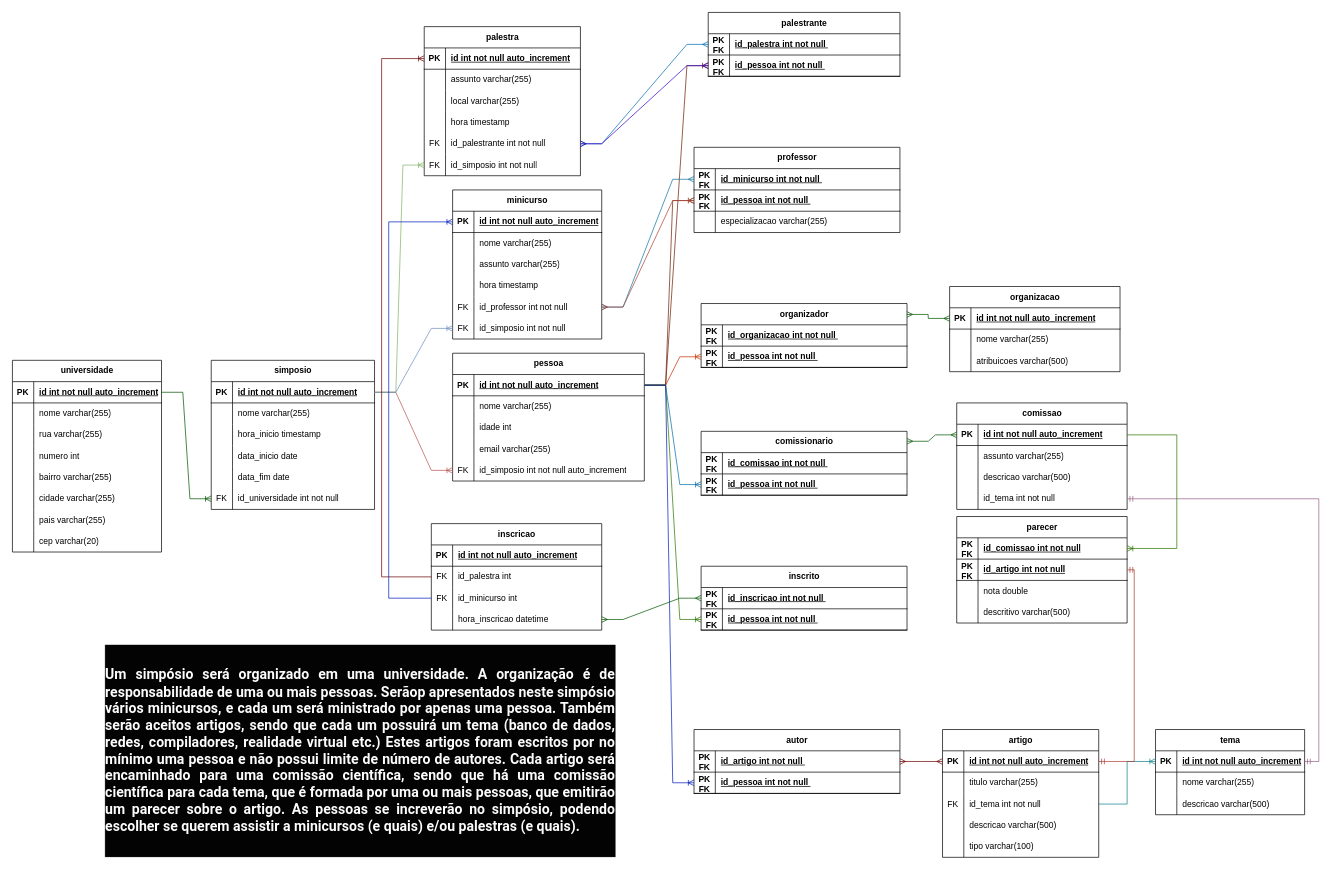
samueldelorenzi/BancoDeDadosI keeps this draw.io diagram as Diagramas/Atividades/simposio.drawio. Above is the earlier version. Source tidied: cells renumbered, new cells numbered last; positions are measured from the earlier drawing's top-left corner, leaving out a move shared by most shapes. Both pictures are drawn from the tidied source at 71%, with x=0, y=0 at pixel (12, 12).
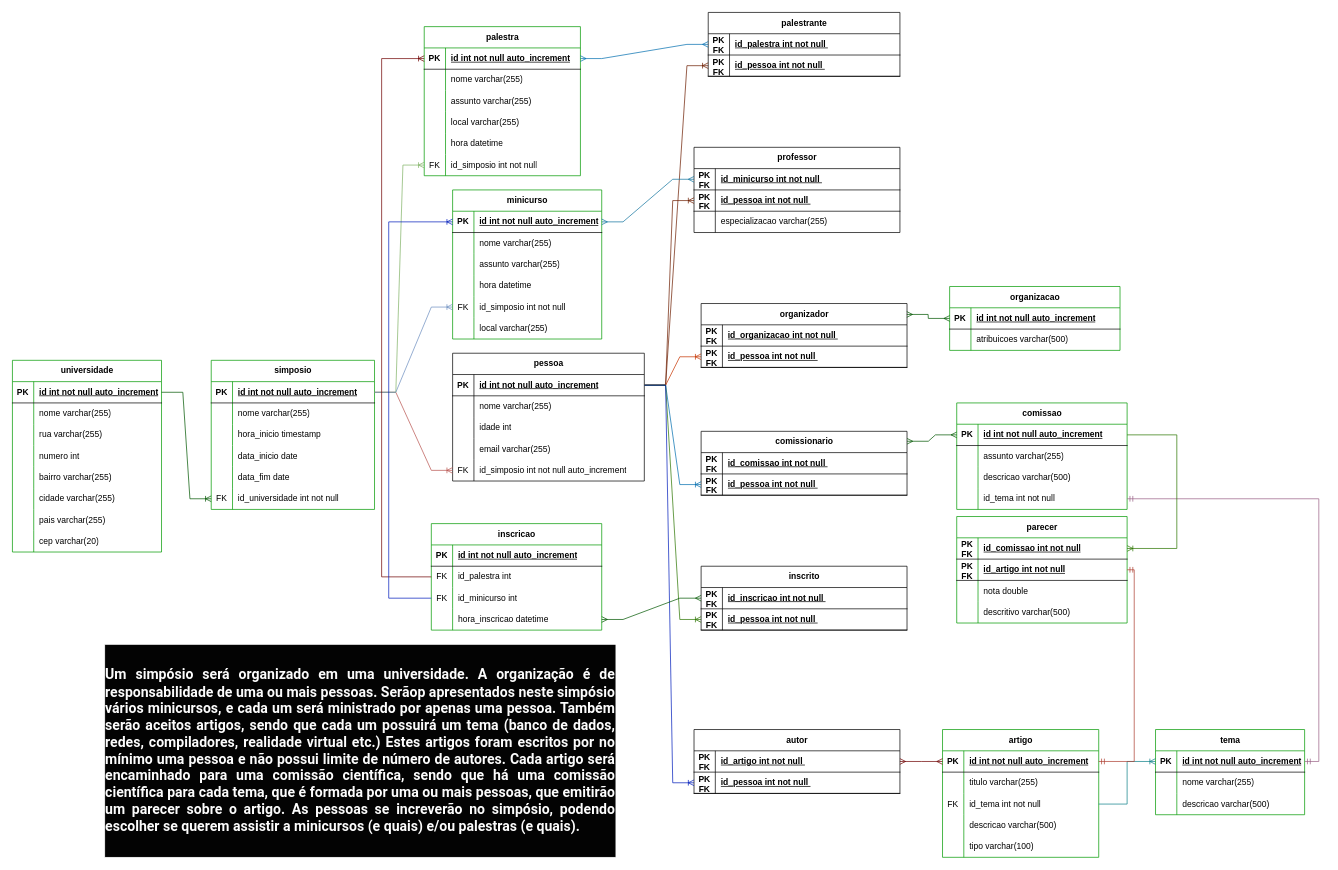
Above is the later version.

The change refers to these unchanged cells:
```xml
<mxCell id="35" style="shape=tableRow;horizontal=0;startSize=0;swimlaneHead=0;swimlaneBody=0;fillColor=none;points=[[0,0.5],[1,0.5]];portConstraint=eastwest;top=0;left=0;right=0;bottom=1;" parent="34" vertex="1">
  <mxGeometry y="30" width="220" height="30" as="geometry" />
</mxCell>
<mxCell id="54" style="shape=tableRow;horizontal=0;startSize=0;swimlaneHead=0;swimlaneBody=0;fillColor=none;points=[[0,0.5],[1,0.5]];portConstraint=eastwest;top=0;left=0;right=0;bottom=1;" parent="53" vertex="1">
  <mxGeometry y="30" width="210" height="30" as="geometry" />
</mxCell>
<mxCell id="63" style="shape=tableRow;horizontal=0;startSize=0;swimlaneHead=0;swimlaneBody=0;fillColor=none;top=0;left=0;right=0;bottom=0;" parent="53" vertex="1">
  <mxGeometry y="120" width="210" height="30" as="geometry" />
</mxCell>
<mxCell id="154" style="shape=tableRow;horizontal=0;startSize=0;swimlaneHead=0;swimlaneBody=0;fillColor=none;points=[[0,0.5],[1,0.5]];portConstraint=eastwest;top=0;left=0;right=0;bottom=1;" parent="153" vertex="1">
  <mxGeometry y="30" width="270" height="30" as="geometry" />
</mxCell>
<mxCell id="157" style="shape=tableRow;horizontal=0;startSize=0;swimlaneHead=0;swimlaneBody=0;fillColor=none;points=[[0,0.5],[1,0.5]];portConstraint=eastwest;top=0;left=0;right=0;bottom=1;" parent="153" vertex="1">
  <mxGeometry y="60" width="270" height="30" as="geometry" />
</mxCell>
<mxCell id="161" style="shape=tableRow;horizontal=0;startSize=0;swimlaneHead=0;swimlaneBody=0;fillColor=none;points=[[0,0.5],[1,0.5]];portConstraint=eastwest;top=0;left=0;right=0;bottom=1;" parent="160" vertex="1">
  <mxGeometry y="30" width="290" height="30" as="geometry" />
</mxCell>
<mxCell id="164" style="shape=tableRow;horizontal=0;startSize=0;swimlaneHead=0;swimlaneBody=0;fillColor=none;points=[[0,0.5],[1,0.5]];portConstraint=eastwest;top=0;left=0;right=0;bottom=1;" parent="160" vertex="1">
  <mxGeometry y="60" width="290" height="30" as="geometry" />
</mxCell>
```

Change to the diagram source:
```diff
@@
-    <mxCell id="2" value="comissao" style="shape=table;startSize=30;childLayout=tableLayout;rowLines=0;fontStyle=1;align=center;html=1;" parent="1" vertex="1">
+    <mxCell id="2" value="comissao" style="shape=table;startSize=30;childLayout=tableLayout;rowLines=0;fontStyle=1;align=center;html=1;strokeColor=#009900;" parent="1" vertex="1">
       <mxGeometry x="1330" y="550" width="240" height="150" as="geometry" />
     </mxCell>
@@
-    <mxCell id="15" value="simposio" style="shape=table;startSize=30;childLayout=tableLayout;rowLines=0;fontStyle=1;align=center;html=1;" parent="1" vertex="1">
+    <mxCell id="15" value="simposio" style="shape=table;startSize=30;childLayout=tableLayout;rowLines=0;fontStyle=1;align=center;html=1;strokeColor=#009900;" parent="1" vertex="1">
       <mxGeometry x="280" y="490" width="230" height="210" as="geometry" />
     </mxCell>
@@
-    <mxCell id="34" value="palestra" style="shape=table;startSize=30;childLayout=tableLayout;rowLines=0;fontStyle=1;align=center;html=1;" parent="1" vertex="1">
+    <mxCell id="34" value="palestra" style="shape=table;startSize=30;childLayout=tableLayout;rowLines=0;fontStyle=1;align=center;html=1;strokeColor=#009900;" parent="1" vertex="1">
       <mxGeometry x="580" y="20" width="220" height="210" as="geometry" />
     </mxCell>
@@
+    <mxCell id="245" style="shape=tableRow;horizontal=0;startSize=0;swimlaneHead=0;swimlaneBody=0;fillColor=none;top=0;left=0;right=0;bottom=0;" parent="34" vertex="1">
+      <mxGeometry y="60" width="220" height="30" as="geometry" />
+    </mxCell>
+    <mxCell id="246" style="shape=partialRectangle;fillColor=none;top=0;left=0;bottom=0;right=0;overflow=hidden;whiteSpace=wrap;html=1;" parent="245" vertex="1">
+      <mxGeometry width="30" height="30" as="geometry" />
+    </mxCell>
+    <mxCell id="223" value="nome varchar(255)" style="shape=partialRectangle;fillColor=none;top=0;left=0;bottom=0;right=0;align=left;spacingLeft=6;overflow=hidden;whiteSpace=wrap;html=1;" parent="245" vertex="1">
+      <mxGeometry x="30" width="190" height="30" as="geometry" />
+    </mxCell>
     <mxCell id="38" style="shape=tableRow;horizontal=0;startSize=0;swimlaneHead=0;swimlaneBody=0;fillColor=none;top=0;left=0;right=0;bottom=0;" parent="34" vertex="1">
-      <mxGeometry y="60" width="220" height="30" as="geometry" />
+      <mxGeometry y="90" width="220" height="30" as="geometry" />
     </mxCell>
@@
     <mxCell id="41" style="shape=tableRow;horizontal=0;startSize=0;swimlaneHead=0;swimlaneBody=0;fillColor=none;top=0;left=0;right=0;bottom=0;" parent="34" vertex="1">
-      <mxGeometry y="90" width="220" height="30" as="geometry" />
+      <mxGeometry y="120" width="220" height="30" as="geometry" />
     </mxCell>
@@
     <mxCell id="44" style="shape=tableRow;horizontal=0;startSize=0;swimlaneHead=0;swimlaneBody=0;fillColor=none;top=0;left=0;right=0;bottom=0;" parent="34" vertex="1">
-      <mxGeometry y="120" width="220" height="30" as="geometry" />
+      <mxGeometry y="150" width="220" height="30" as="geometry" />
     </mxCell>
@@
-    <mxCell id="46" value="hora timestamp" style="shape=partialRectangle;fillColor=none;top=0;left=0;bottom=0;right=0;align=left;spacingLeft=6;overflow=hidden;whiteSpace=wrap;html=1;" parent="44" vertex="1">
+    <mxCell id="46" value="hora datetime" style="shape=partialRectangle;fillColor=none;top=0;left=0;bottom=0;right=0;align=left;spacingLeft=6;overflow=hidden;whiteSpace=wrap;html=1;" parent="44" vertex="1">
       <mxGeometry x="30" width="190" height="30" as="geometry" />
     </mxCell>
-    <mxCell id="47" style="shape=tableRow;horizontal=0;startSize=0;swimlaneHead=0;swimlaneBody=0;fillColor=none;points=[[0,0.5],[1,0.5]];portConstraint=eastwest;top=0;left=0;right=0;bottom=0;" parent="34" vertex="1">
-      <mxGeometry y="150" width="220" height="30" as="geometry" />
-    </mxCell>
-    <mxCell id="48" value="FK" style="shape=partialRectangle;fillColor=none;top=0;left=0;bottom=0;right=0;overflow=hidden;whiteSpace=wrap;html=1;" parent="47" vertex="1">
-      <mxGeometry width="30" height="30" as="geometry" />
-    </mxCell>
-    <mxCell id="49" value="id_palestrante int not null" style="shape=partialRectangle;fillColor=none;top=0;left=0;bottom=0;right=0;align=left;spacingLeft=6;overflow=hidden;whiteSpace=wrap;html=1;" parent="47" vertex="1">
-      <mxGeometry x="30" width="190" height="30" as="geometry" />
-    </mxCell>
@@
-    <mxCell id="53" value="minicurso" style="shape=table;startSize=30;childLayout=tableLayout;rowLines=0;fontStyle=1;align=center;html=1;" parent="1" vertex="1">
+    <mxCell id="53" value="minicurso" style="shape=table;startSize=30;childLayout=tableLayout;rowLines=0;fontStyle=1;align=center;html=1;strokeColor=#009900;" parent="1" vertex="1">
       <mxGeometry x="620" y="250" width="210" height="210" as="geometry" />
     </mxCell>
@@
-    <mxCell id="65" value="hora timestamp" style="shape=partialRectangle;fillColor=none;top=0;left=0;bottom=0;right=0;align=left;spacingLeft=6;overflow=hidden;whiteSpace=wrap;html=1;" parent="63" vertex="1">
+    <mxCell id="65" value="hora datetime" style="shape=partialRectangle;fillColor=none;top=0;left=0;bottom=0;right=0;align=left;spacingLeft=6;overflow=hidden;whiteSpace=wrap;html=1;" parent="63" vertex="1">
       <mxGeometry x="30" width="180" height="30" as="geometry" />
     </mxCell>
-    <mxCell id="66" style="shape=tableRow;horizontal=0;startSize=0;swimlaneHead=0;swimlaneBody=0;fillColor=none;points=[[0,0.5],[1,0.5]];portConstraint=eastwest;top=0;left=0;right=0;bottom=0;" parent="53" vertex="1">
-      <mxGeometry y="150" width="210" height="30" as="geometry" />
-    </mxCell>
-    <mxCell id="67" value="FK" style="shape=partialRectangle;fillColor=none;top=0;left=0;bottom=0;right=0;overflow=hidden;whiteSpace=wrap;html=1;" parent="66" vertex="1">
-      <mxGeometry width="30" height="30" as="geometry" />
-    </mxCell>
-    <mxCell id="68" value="id_professor int not null" style="shape=partialRectangle;fillColor=none;top=0;left=0;bottom=0;right=0;align=left;spacingLeft=6;overflow=hidden;whiteSpace=wrap;html=1;" parent="66" vertex="1">
-      <mxGeometry x="30" width="180" height="30" as="geometry" />
-    </mxCell>
     <mxCell id="69" style="shape=tableRow;horizontal=0;startSize=0;swimlaneHead=0;swimlaneBody=0;fillColor=none;points=[[0,0.5],[1,0.5]];portConstraint=eastwest;top=0;left=0;right=0;bottom=0;" parent="53" vertex="1">
-      <mxGeometry y="180" width="210" height="30" as="geometry" />
+      <mxGeometry y="150" width="210" height="30" as="geometry" />
     </mxCell>
@@
+    <mxCell id="247" style="shape=tableRow;horizontal=0;startSize=0;swimlaneHead=0;swimlaneBody=0;fillColor=none;top=0;left=0;right=0;bottom=0;" parent="53" vertex="1">
+      <mxGeometry y="180" width="210" height="30" as="geometry" />
+    </mxCell>
+    <mxCell id="248" style="shape=partialRectangle;fillColor=none;top=0;left=0;bottom=0;right=0;overflow=hidden;whiteSpace=wrap;html=1;" parent="247" vertex="1">
+      <mxGeometry width="30" height="30" as="geometry" />
+    </mxCell>
+    <mxCell id="249" value="local varchar(255)" style="shape=partialRectangle;fillColor=none;top=0;left=0;bottom=0;right=0;align=left;spacingLeft=6;overflow=hidden;whiteSpace=wrap;html=1;" parent="247" vertex="1">
+      <mxGeometry x="30" width="180" height="30" as="geometry" />
+    </mxCell>
-    <mxCell id="72" value="tema" style="shape=table;startSize=30;childLayout=tableLayout;rowLines=0;fontStyle=1;align=center;html=1;" parent="1" vertex="1">
+    <mxCell id="72" value="tema" style="shape=table;startSize=30;childLayout=tableLayout;rowLines=0;fontStyle=1;align=center;html=1;strokeColor=#009900;" parent="1" vertex="1">
       <mxGeometry x="1610" y="1010" width="210" height="120" as="geometry" />
     </mxCell>
@@
-    <mxCell id="82" value="artigo" style="shape=table;startSize=30;childLayout=tableLayout;rowLines=0;fontStyle=1;align=center;html=1;" parent="1" vertex="1">
+    <mxCell id="82" value="artigo" style="shape=table;startSize=30;childLayout=tableLayout;rowLines=0;fontStyle=1;align=center;html=1;strokeColor=#009900;" parent="1" vertex="1">
       <mxGeometry x="1310" y="1010" width="220" height="180" as="geometry" />
     </mxCell>
@@
-    <mxCell id="98" value="inscricao" style="shape=table;startSize=30;childLayout=tableLayout;rowLines=0;fontStyle=1;align=center;html=1;" parent="1" vertex="1">
+    <mxCell id="98" value="inscricao" style="shape=table;startSize=30;childLayout=tableLayout;rowLines=0;fontStyle=1;align=center;html=1;strokeColor=#009900;" parent="1" vertex="1">
       <mxGeometry x="590" y="720" width="240" height="150" as="geometry" />
     </mxCell>
@@
-    <mxCell id="112" value="universidade" style="shape=table;startSize=30;childLayout=tableLayout;rowLines=0;fontStyle=1;align=center;html=1;" parent="1" vertex="1">
+    <mxCell id="112" value="universidade" style="shape=table;startSize=30;childLayout=tableLayout;rowLines=0;fontStyle=1;align=center;html=1;strokeColor=#009900;" parent="1" vertex="1">
       <mxGeometry y="490" width="210" height="270" as="geometry" />
     </mxCell>
@@
-    <mxCell id="207" style="edgeStyle=entityRelationEdgeStyle;fontSize=12;html=1;endArrow=ERmany;startArrow=ERmany;rounded=0;exitX=1;exitY=0.5;exitDx=0;exitDy=0;entryX=0;entryY=0.5;entryDx=0;entryDy=0;fillColor=#1ba1e2;strokeColor=#006EAF;" parent="1" edge="1" source="47" target="154">
+    <mxCell id="207" style="edgeStyle=entityRelationEdgeStyle;fontSize=12;html=1;endArrow=ERmany;startArrow=ERmany;rounded=0;exitX=1;exitY=0.5;exitDx=0;exitDy=0;entryX=0;entryY=0.5;entryDx=0;entryDy=0;fillColor=#1ba1e2;strokeColor=#006EAF;" parent="1" edge="1" source="35" target="154">
       <mxGeometry relative="1" as="geometry" />
     </mxCell>
-    <mxCell id="208" style="edgeStyle=entityRelationEdgeStyle;fontSize=12;html=1;endArrow=ERmany;startArrow=ERmany;rounded=0;exitX=1;exitY=0.5;exitDx=0;exitDy=0;entryX=0;entryY=0.5;entryDx=0;entryDy=0;fillColor=#6a00ff;strokeColor=#3700CC;" parent="1" edge="1" source="47" target="157">
-      <mxGeometry relative="1" as="geometry" />
-    </mxCell>
@@
-    <mxCell id="210" style="edgeStyle=entityRelationEdgeStyle;fontSize=12;html=1;endArrow=ERmany;startArrow=ERmany;rounded=0;exitX=1;exitY=0.5;exitDx=0;exitDy=0;entryX=0;entryY=0.5;entryDx=0;entryDy=0;fillColor=#b1ddf0;strokeColor=#10739e;" parent="1" edge="1" source="66" target="161">
+    <mxCell id="210" style="edgeStyle=entityRelationEdgeStyle;fontSize=12;html=1;endArrow=ERmany;startArrow=ERmany;rounded=0;exitX=1;exitY=0.5;exitDx=0;exitDy=0;entryX=0;entryY=0.5;entryDx=0;entryDy=0;fillColor=#b1ddf0;strokeColor=#10739e;" parent="1" edge="1" source="54" target="161">
       <mxGeometry relative="1" as="geometry" />
     </mxCell>
-    <mxCell id="211" style="edgeStyle=entityRelationEdgeStyle;fontSize=12;html=1;endArrow=ERmany;startArrow=ERmany;rounded=0;entryX=0;entryY=0.5;entryDx=0;entryDy=0;exitX=1;exitY=0.5;exitDx=0;exitDy=0;fillColor=#fad9d5;strokeColor=#ae4132;" parent="1" edge="1" source="66" target="164">
-      <mxGeometry relative="1" as="geometry" />
-    </mxCell>
@@
-    <mxCell id="217" value="organizacao" style="shape=table;startSize=30;childLayout=tableLayout;rowLines=0;fontStyle=1;align=center;html=1;" parent="1" vertex="1">
-      <mxGeometry x="1320" y="386" width="240" height="120" as="geometry" />
+    <mxCell id="217" value="organizacao" style="shape=table;startSize=30;childLayout=tableLayout;rowLines=0;fontStyle=1;align=center;html=1;strokeColor=#009900;" parent="1" vertex="1">
+      <mxGeometry x="1320" y="386" width="240" height="90" as="geometry" />
     </mxCell>
@@
-    <mxCell id="221" style="shape=tableRow;horizontal=0;startSize=0;swimlaneHead=0;swimlaneBody=0;fillColor=none;top=0;left=0;right=0;bottom=0;" parent="217" vertex="1">
-      <mxGeometry y="60" width="240" height="30" as="geometry" />
-    </mxCell>
-    <mxCell id="222" style="shape=partialRectangle;fillColor=none;top=0;left=0;bottom=0;right=0;overflow=hidden;whiteSpace=wrap;html=1;" parent="221" vertex="1">
-      <mxGeometry width="30" height="30" as="geometry" />
-    </mxCell>
-    <mxCell id="223" value="nome varchar(255)" style="shape=partialRectangle;fillColor=none;top=0;left=0;bottom=0;right=0;align=left;spacingLeft=6;overflow=hidden;whiteSpace=wrap;html=1;" parent="221" vertex="1">
-      <mxGeometry x="30" width="210" height="30" as="geometry" />
-    </mxCell>
     <mxCell id="224" style="shape=tableRow;horizontal=0;startSize=0;swimlaneHead=0;swimlaneBody=0;fillColor=none;top=0;left=0;right=0;bottom=0;" parent="217" vertex="1">
-      <mxGeometry y="90" width="240" height="30" as="geometry" />
+      <mxGeometry y="60" width="240" height="30" as="geometry" />
     </mxCell>
@@
-    <mxCell id="230" value="parecer" style="shape=table;startSize=30;childLayout=tableLayout;rowLines=0;fontStyle=1;align=center;html=1;" parent="1" vertex="1">
+    <mxCell id="230" value="parecer" style="shape=table;startSize=30;childLayout=tableLayout;rowLines=0;fontStyle=1;align=center;html=1;strokeColor=#009900;" parent="1" vertex="1">
       <mxGeometry x="1330" y="710" width="240" height="150" as="geometry" />
     </mxCell>
```
